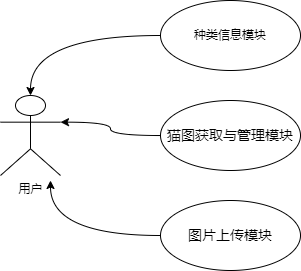
Earlier version of the draw.io export draw-io/猫用例图.png (JackeyTower/pic-work). Source tidied: cells renumbered, new cells last; positions are measured from the earlier drawing's top-left corner, leaving out a move shared by most shapes.
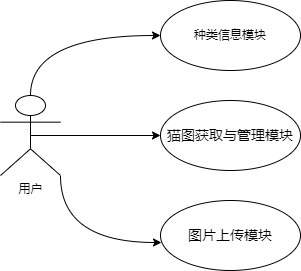
Later version of the same file.

Change to the diagram source:
```diff
@@ -2,26 +2,24 @@
   <root>
     <mxCell id="0" />
     <mxCell id="1" parent="0" />
+    <mxCell id="9" style="edgeStyle=orthogonalEdgeStyle;curved=1;rounded=0;jettySize=auto;html=1;exitX=0.5;exitY=0;exitDx=0;exitDy=0;exitPerimeter=0;entryX=0;entryY=0.5;entryDx=0;entryDy=0;" parent="1" edge="1" source="2" target="4">
+      <mxGeometry relative="1" as="geometry" />
+    </mxCell>
+    <mxCell id="10" style="edgeStyle=orthogonalEdgeStyle;curved=1;rounded=0;jettySize=auto;html=1;exitX=0.5;exitY=0.5;exitDx=0;exitDy=0;exitPerimeter=0;entryX=0;entryY=0.5;entryDx=0;entryDy=0;" parent="1" edge="1" source="2" target="6">
+      <mxGeometry relative="1" as="geometry" />
+    </mxCell>
+    <mxCell id="11" style="edgeStyle=orthogonalEdgeStyle;curved=1;rounded=0;jettySize=auto;html=1;exitX=1;exitY=1;exitDx=0;exitDy=0;exitPerimeter=0;entryX=0.007;entryY=0.6;entryDx=0;entryDy=0;entryPerimeter=0;" parent="1" edge="1" source="2" target="8">
+      <mxGeometry relative="1" as="geometry" />
+    </mxCell>
     <mxCell id="2" value="用户&lt;br&gt;" style="shape=umlActor;verticalLabelPosition=bottom;verticalAlign=top;html=1;" parent="1" vertex="1">
       <mxGeometry y="95" width="60" height="80" as="geometry" />
     </mxCell>
-    <mxCell id="3" style="edgeStyle=orthogonalEdgeStyle;rounded=0;jettySize=auto;html=1;exitX=0;exitY=0.5;exitDx=0;exitDy=0;curved=1;" parent="1" edge="1" source="4" target="2">
-      <mxGeometry relative="1" as="geometry" />
-    </mxCell>
     <mxCell id="4" value="种类信息模块" style="ellipse;whiteSpace=wrap;html=1;" parent="1" vertex="1">
       <mxGeometry x="160" width="140" height="70" as="geometry" />
     </mxCell>
-    <mxCell id="5" style="edgeStyle=orthogonalEdgeStyle;curved=1;rounded=0;jettySize=auto;html=1;exitX=0;exitY=0.5;exitDx=0;exitDy=0;entryX=1;entryY=0.3333333333333333;entryDx=0;entryDy=0;entryPerimeter=0;" parent="1" edge="1" source="6" target="2">
-      <mxGeometry relative="1" as="geometry" />
-    </mxCell>
     <mxCell id="6" value="&lt;p class=&quot;MsoNormal&quot;&gt;&lt;span style=&quot;font-size: 10.5000pt&quot;&gt;猫图获取与管理模块&lt;/span&gt;&lt;/p&gt;" style="ellipse;whiteSpace=wrap;html=1;" parent="1" vertex="1">
       <mxGeometry x="160" y="100" width="140" height="70" as="geometry" />
     </mxCell>
-    <mxCell id="7" style="edgeStyle=orthogonalEdgeStyle;curved=1;rounded=0;jettySize=auto;html=1;exitX=0;exitY=0.5;exitDx=0;exitDy=0;" parent="1" edge="1" source="8">
-      <mxGeometry relative="1" as="geometry">
-        <mxPoint x="50" y="180" as="targetPoint" />
-      </mxGeometry>
-    </mxCell>
     <mxCell id="8" value="&lt;p class=&quot;MsoNormal&quot;&gt;&lt;span style=&quot;font-size: 10.5000pt&quot;&gt;图片上传模块&lt;/span&gt;&lt;/p&gt;" style="ellipse;whiteSpace=wrap;html=1;" parent="1" vertex="1">
       <mxGeometry x="160" y="200" width="140" height="70" as="geometry" />
     </mxCell>
```
